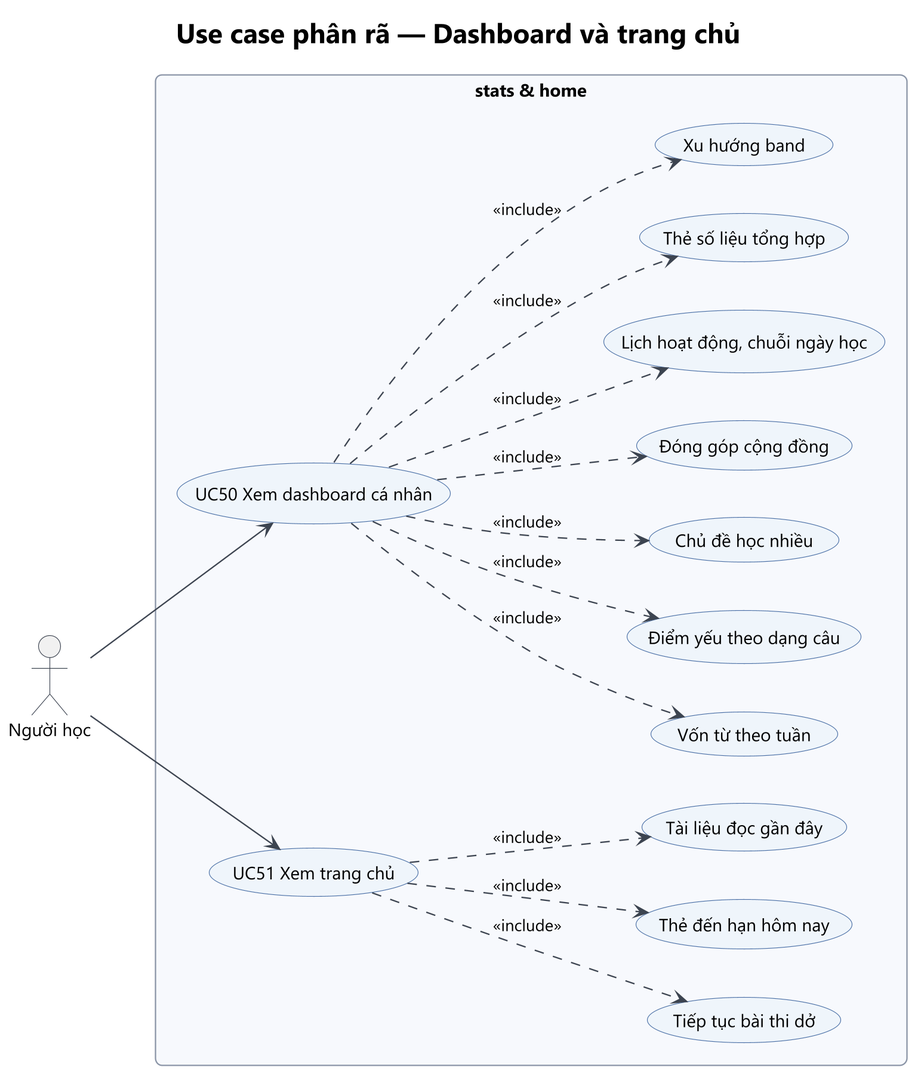
This is Analysis_Design/02_UseCase/uc-06-stats-home.png from Ac-2836/WebDev-FinalProject-LinMaster, a PlantUML export, as it was before one commit. Its diagram source:
```plantuml
@startuml uc-06-stats-home
!include ../_style.iuml
title Use case phân rã — Dashboard và trang chủ
left to right direction
actor "Người học" as Learner
rectangle "stats & home" {
  usecase "UC50 Xem dashboard cá nhân" as UC50
  usecase "Lịch hoạt động, chuỗi ngày học" as W1
  usecase "Thẻ số liệu tổng hợp" as W2
  usecase "Xu hướng band" as W3
  usecase "Vốn từ theo tuần" as W4
  usecase "Điểm yếu theo dạng câu" as W5
  usecase "Chủ đề học nhiều" as W6
  usecase "Đóng góp cộng đồng" as W7
  usecase "UC51 Xem trang chủ" as UC51
  usecase "Tiếp tục bài thi dở" as H1
  usecase "Thẻ đến hạn hôm nay" as H2
  usecase "Tài liệu đọc gần đây" as H3
}
Learner --> UC50
Learner --> UC51
UC50 ..> W1 : <<include>>
UC50 ..> W2 : <<include>>
UC50 ..> W3 : <<include>>
UC50 ..> W4 : <<include>>
UC50 ..> W5 : <<include>>
UC50 ..> W6 : <<include>>
UC50 ..> W7 : <<include>>
UC51 ..> H1 : <<include>>
UC51 ..> H2 : <<include>>
UC51 ..> H3 : <<include>>
@enduml
```
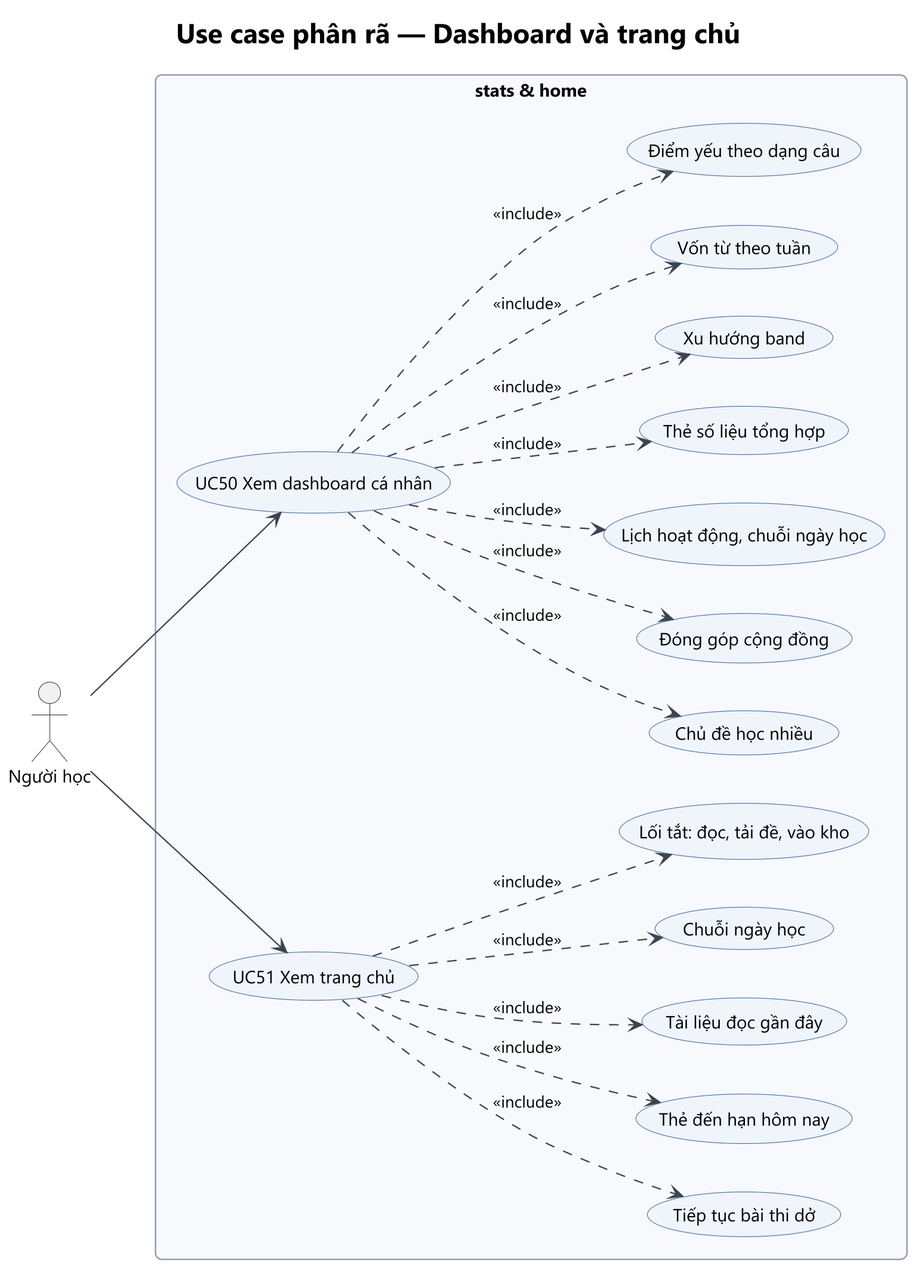
The same diagram one commit later.

What changed in the source:
```diff
@@ -16,6 +16,8 @@
   usecase "Tiếp tục bài thi dở" as H1
   usecase "Thẻ đến hạn hôm nay" as H2
   usecase "Tài liệu đọc gần đây" as H3
+  usecase "Chuỗi ngày học" as H4
+  usecase "Lối tắt: đọc, tải đề, vào kho" as H5
 }
 Learner --> UC50
 Learner --> UC51
@@ -29,4 +31,6 @@
 UC51 ..> H1 : <<include>>
 UC51 ..> H2 : <<include>>
 UC51 ..> H3 : <<include>>
+UC51 ..> H4 : <<include>>
+UC51 ..> H5 : <<include>>
 @enduml
```
